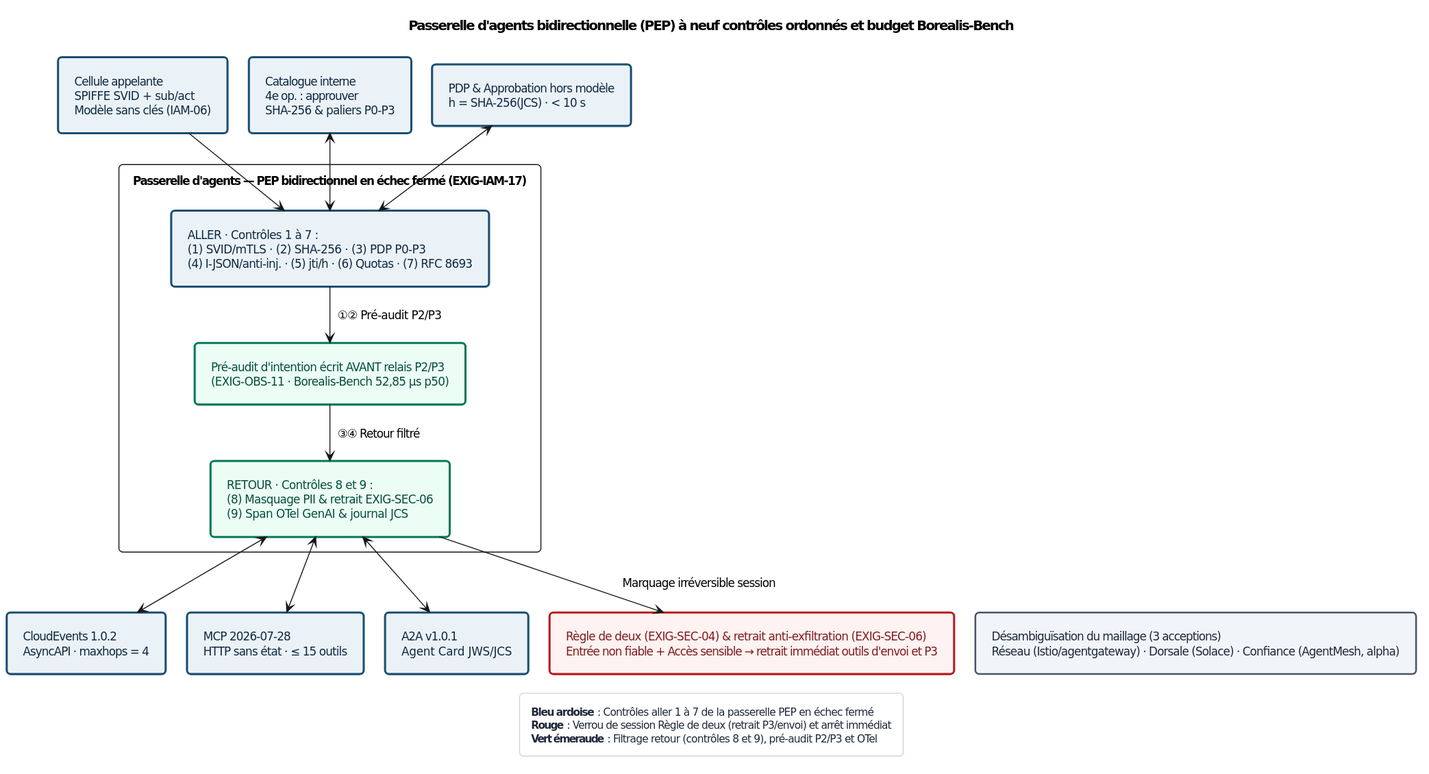
agbruneau/Agentique keeps this PlantUML diagram as Sources/Compendium/ouvrage/schemas/rendus/SCH-09-01.svg. Above is the earlier version. Source of this version:
```plantuml
@startuml
<style>
document { BackgroundColor #FFFFFF; }
.det { BackgroundColor #EBF2F7; LineColor #1B4F72; LineThickness 2.2; FontColor #0F2942; }
.blue { BackgroundColor #EFF6FF; LineColor #1D4ED8; LineThickness 2.2; FontColor #1E3A8A; }
.prob { BackgroundColor #FFF5E0; LineColor #D97706; LineThickness 2.0; LineStyle 5; FontColor #451A03; }
.amber { BackgroundColor #FFFBEB; LineColor #B45309; LineThickness 2.0; FontColor #451A03; }
.green { BackgroundColor #ECFDF5; LineColor #047857; LineThickness 2.2; FontColor #064E3B; }
.teal { BackgroundColor #F0FDFA; LineColor #0F766E; LineThickness 2.2; FontColor #134E4A; }
.red { BackgroundColor #FEF2F2; LineColor #B91C1C; LineThickness 2.2; FontColor #7F1D1D; }
.purple { BackgroundColor #F5F3FF; LineColor #6D28D9; LineThickness 2.2; FontColor #4C1D95; }
.indigo { BackgroundColor #EEF2FF; LineColor #4338CA; LineThickness 2.2; FontColor #312E81; }
.gray { BackgroundColor #F1F5F9; LineColor #475569; LineThickness 1.8; FontColor #1E293B; }
package { BackgroundColor #F8FAFC; LineColor #64748B; LineThickness 1.2; FontColor #334155; }
legend { BackgroundColor #FFFFFF; LineColor #CBD5E1; FontColor #1E293B; FontSize 11; }
</style>
hide stereotype
skinparam defaultFontName "DejaVu Sans"
skinparam defaultFontSize 12
skinparam shadowing false
skinparam roundcorner 8
skinparam packageStyle rectangle
skinparam nodesep 22
skinparam ranksep 28
skinparam padding 7

top to bottom direction
title Passerelle d'agents bidirectionnelle (PEP) à neuf contrôles ordonnés et budget Borealis-Bench

together {
  rectangle "Cellule appelante\nSPIFFE SVID + sub/act\nModèle sans clés (IAM-06)" as N1 <<det>>
  rectangle "Catalogue interne\n4e op. : approuver\nSHA-256 & paliers P0-P3" as N2 <<det>>
  rectangle "PDP & Approbation hors modèle\nh = SHA-256(JCS) · < 10 s" as N3 <<det>>
}

package "Passerelle d'agents — PEP bidirectionnel en échec fermé (EXIG-IAM-17)" {
  rectangle "ALLER · Contrôles 1 à 7 :\n(1) SVID/mTLS · (2) SHA-256 · (3) PDP P0-P3\n(4) I-JSON/anti-inj. · (5) jti/h · (6) Quotas · (7) RFC 8693" as N4 <<det>>
  rectangle "Pré-audit d'intention écrit AVANT relais P2/P3\n(EXIG-OBS-11 · Borealis-Bench 52,85 µs p50)" as N5 <<green>>
  rectangle "RETOUR · Contrôles 8 et 9 :\n(8) Masquage PII & retrait EXIG-SEC-06\n(9) Span OTel GenAI & journal JCS" as N6 <<green>>
  N4 --> N5 : ①② Pré-audit P2/P3
  N5 --> N6 : ③④ Retour filtré
}

together {
  rectangle "MCP 2026-07-28\nHTTP sans état · ≤ 15 outils" as N7 <<det>>
  rectangle "A2A v1.0.1\nAgent Card JWS/JCS" as N8 <<det>>
  rectangle "CloudEvents 1.0.2\nAsyncAPI · maxhops = 4" as N9 <<det>>
}

rectangle "Règle de deux (EXIG-SEC-04) & retrait anti-exfiltration (EXIG-SEC-06)\nEntrée non fiable + Accès sensible → retrait immédiat outils d'envoi et P3" as N10 <<red>>
rectangle "Désambiguïsation du maillage (3 acceptions)\nRéseau (Istio/agentgateway) · Dorsale (Solace) · Confiance (AgentMesh, alpha)" as N11 <<gray>>

N1 --> N4
N2 <--> N4
N3 <--> N4
N6 <--> N7
N6 <--> N8
N6 <--> N9
N6 --> N10 : Marquage irréversible session
N9 -[hidden]right-> N11

legend bottom
  **Bleu ardoise** : Contrôles aller 1 à 7 de la passerelle PEP en échec fermé
  **Rouge** : Verrou de session Règle de deux (retrait P3/envoi) et arrêt immédiat
  **Vert émeraude** : Filtrage retour (contrôles 8 et 9), pré-audit P2/P3 et OTel
end legend
@enduml
```
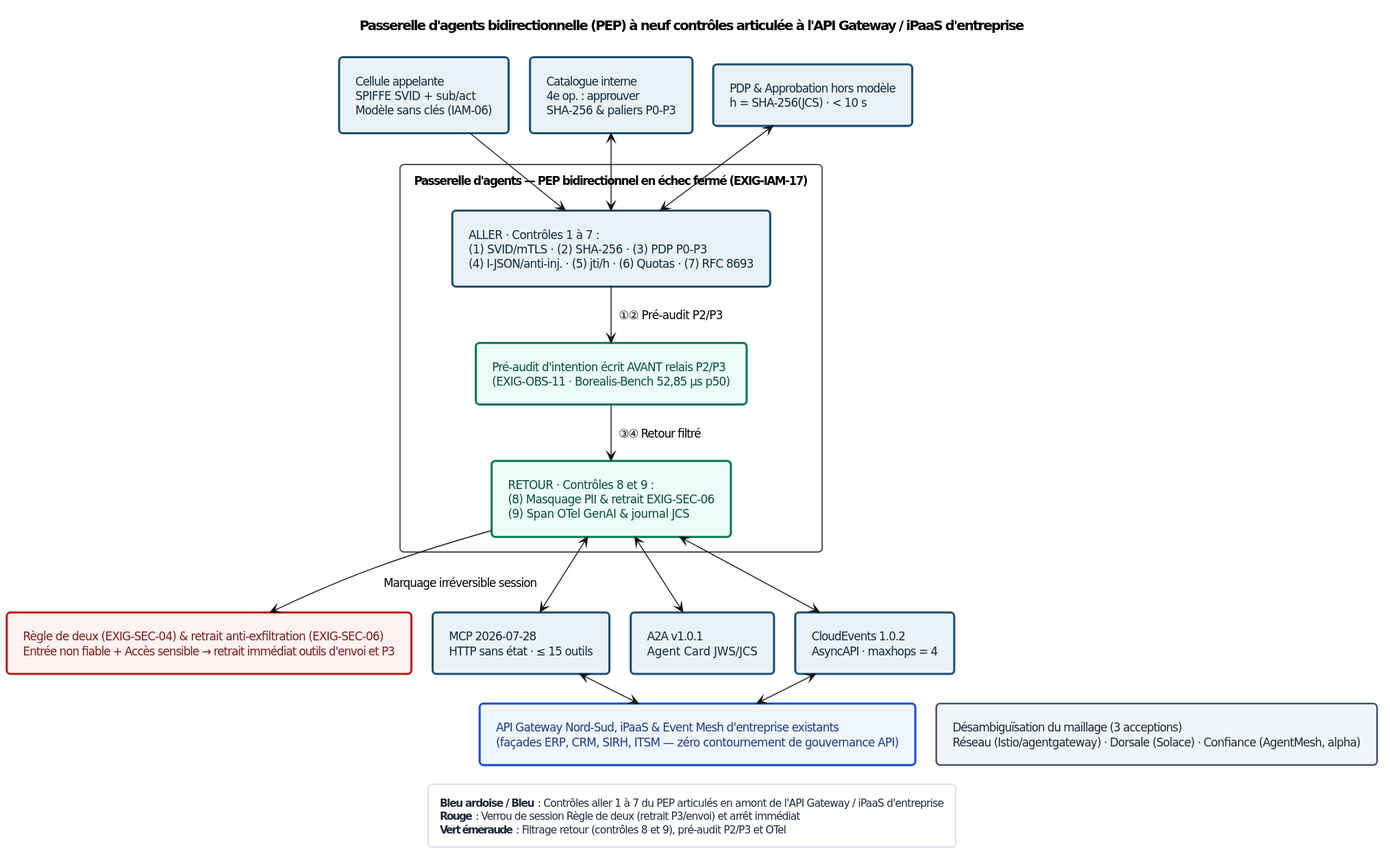
Above is the later version.

What changed in the source:
```diff
@@ -25,7 +25,7 @@
 skinparam padding 7
 
 top to bottom direction
-title Passerelle d'agents bidirectionnelle (PEP) à neuf contrôles ordonnés et budget Borealis-Bench
+title Passerelle d'agents bidirectionnelle (PEP) à neuf contrôles articulée à l'API Gateway / iPaaS d'entreprise
 
 together {
   rectangle "Cellule appelante\nSPIFFE SVID + sub/act\nModèle sans clés (IAM-06)" as N1 <<det>>
@@ -47,6 +47,7 @@
   rectangle "CloudEvents 1.0.2\nAsyncAPI · maxhops = 4" as N9 <<det>>
 }
 
+rectangle "API Gateway Nord-Sud, iPaaS & Event Mesh d'entreprise existants\n(façades ERP, CRM, SIRH, ITSM — zéro contournement de gouvernance API)" as N12 <<blue>>
 rectangle "Règle de deux (EXIG-SEC-04) & retrait anti-exfiltration (EXIG-SEC-06)\nEntrée non fiable + Accès sensible → retrait immédiat outils d'envoi et P3" as N10 <<red>>
 rectangle "Désambiguïsation du maillage (3 acceptions)\nRéseau (Istio/agentgateway) · Dorsale (Solace) · Confiance (AgentMesh, alpha)" as N11 <<gray>>
 
@@ -56,11 +57,13 @@
 N6 <--> N7
 N6 <--> N8
 N6 <--> N9
+N7 <--> N12
+N9 <--> N12
 N6 --> N10 : Marquage irréversible session
-N9 -[hidden]right-> N11
+N12 -[hidden]right-> N11
 
 legend bottom
-  **Bleu ardoise** : Contrôles aller 1 à 7 de la passerelle PEP en échec fermé
+  **Bleu ardoise / Bleu** : Contrôles aller 1 à 7 du PEP articulés en amont de l'API Gateway / iPaaS d'entreprise
   **Rouge** : Verrou de session Règle de deux (retrait P3/envoi) et arrêt immédiat
   **Vert émeraude** : Filtrage retour (contrôles 8 et 9), pré-audit P2/P3 et OTel
 end legend
```
